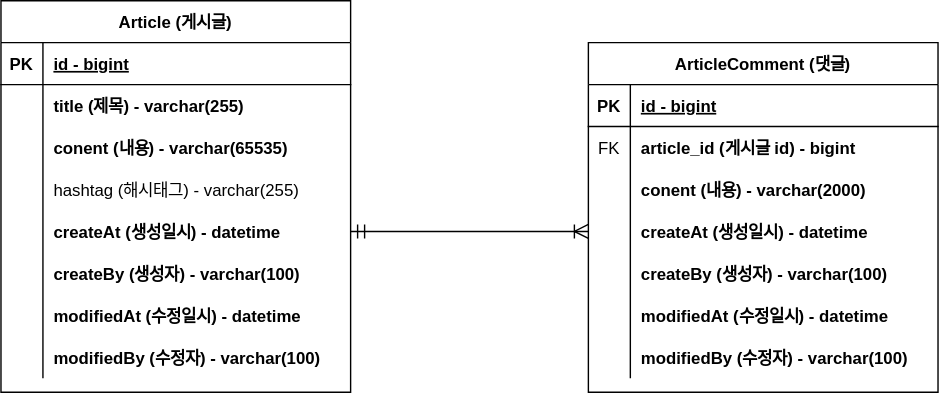
Above: document/project-board-erd.svg in ekek3002/fastcampus-project-board (draw.io), before the change. Source tidied: cells renumbered, new cells last; positions are measured from the earlier drawing's top-left corner, leaving out a move shared by most shapes.
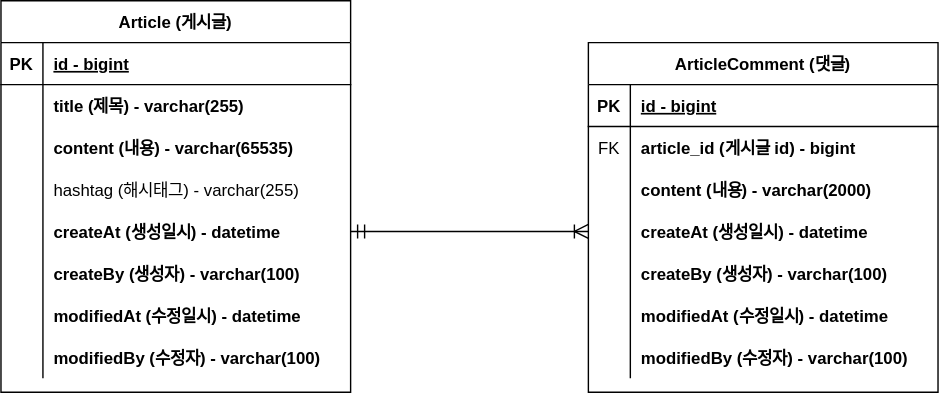
Later version of the same file.

Diff of the diagram source:
```diff
@@ -29,7 +29,7 @@
     <mxCell id="10" style="shape=partialRectangle;overflow=hidden;fillColor=none;top=0;left=0;bottom=0;right=0;" parent="9" vertex="1">
       <mxGeometry width="30" height="30" as="geometry" />
     </mxCell>
-    <mxCell id="11" value="conent (내용) - varchar(65535)" style="shape=partialRectangle;overflow=hidden;fillColor=none;top=0;left=0;bottom=0;right=0;align=left;spacingLeft=6;fontStyle=1;" parent="9" vertex="1">
+    <mxCell id="11" value="content (내용) - varchar(65535)" style="shape=partialRectangle;overflow=hidden;fillColor=none;top=0;left=0;bottom=0;right=0;align=left;spacingLeft=6;fontStyle=1;" parent="9" vertex="1">
       <mxGeometry x="30" width="220" height="30" as="geometry" />
     </mxCell>
     <mxCell id="12" style="shape=partialRectangle;fillColor=none;top=0;left=0;right=0;bottom=0;" parent="2" vertex="1">
@@ -104,7 +104,7 @@
     <mxCell id="35" style="shape=partialRectangle;overflow=hidden;fillColor=none;top=0;left=0;bottom=0;right=0;" parent="34" vertex="1">
       <mxGeometry width="30" height="30" as="geometry" />
     </mxCell>
-    <mxCell id="36" value="conent (내용) - varchar(2000)" style="shape=partialRectangle;overflow=hidden;fillColor=none;top=0;left=0;bottom=0;right=0;align=left;spacingLeft=6;fontStyle=1;" parent="34" vertex="1">
+    <mxCell id="36" value="content (내용) - varchar(2000)" style="shape=partialRectangle;overflow=hidden;fillColor=none;top=0;left=0;bottom=0;right=0;align=left;spacingLeft=6;fontStyle=1;" parent="34" vertex="1">
       <mxGeometry x="30" width="220" height="30" as="geometry" />
     </mxCell>
     <mxCell id="37" style="shape=partialRectangle;fillColor=none;points=[[0,0.5],[1,0.5]];portConstraint=eastwest;top=0;left=0;right=0;bottom=0;" parent="27" vertex="1">
```
